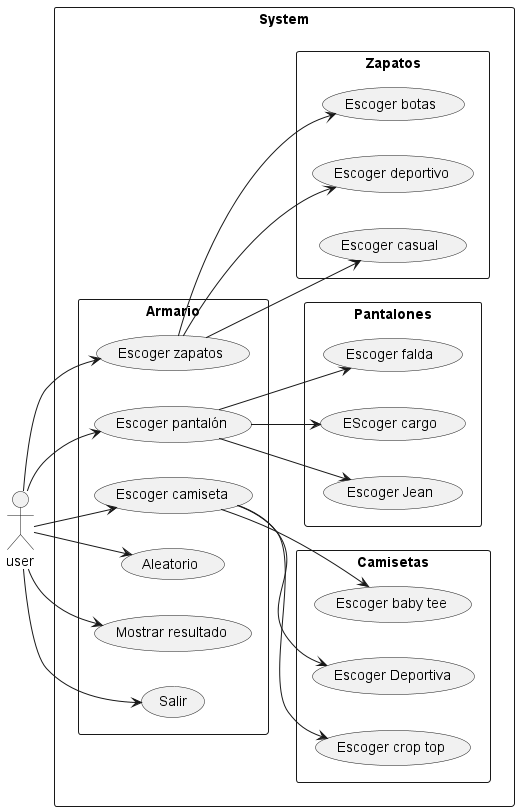
Earlier version of the PlantUML export out/diagramaCasosDeUso/diagramaCasosDeUso.png (lauraax/programaDiagnostico).
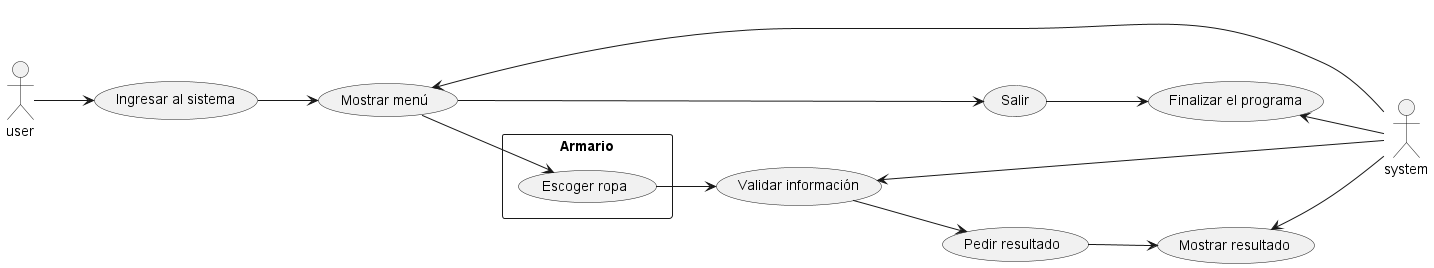
Later version of the same file.

Diff of the diagram source:
```diff
@@ -1,57 +1,46 @@
 @startuml
 
 left to right direction
+
 actor user as us
+actor system as sys
 
-rectangle System {
 
 rectangle Armario{
-    usecase "Escoger camiseta" as UC1
-    usecase "Escoger pantalón" as UC2
-    usecase "Escoger zapatos" as UC3
-    usecase "Aleatorio" as UC4
+    usecase "Escoger ropa" as UC2
+}
+
+    usecase "Ingresar al sistema" as UC1
+    usecase "Validar información" as UC4
     usecase "Mostrar resultado" as UC5
     usecase "Salir" as UC6
+    usecase "Mostrar menú" as UC7
+    usecase "Pedir resultado" as UC8
+    usecase "Finalizar el programa" as UC9
 
-}
-
-rectangle Camisetas{
-    usecase "Escoger baby tee" as UC1.1
-    usecase "Escoger Deportiva" as UC1.2
-    usecase "Escoger crop top" as UC1.3
-}
-
-rectangle Pantalones{
-    usecase "Escoger falda" as UC2.1
-    usecase "EScoger cargo" as UC2.2
-    usecase "Escoger Jean" as UC2.3
-}
-
-rectangle Zapatos{
-    usecase "Escoger botas" as UC3.1
-    usecase "Escoger deportivo" as UC3.2
-    usecase "Escoger casual" as UC3.3
-}
-
-}
 
 us --> UC1
-us --> UC2
-us --> UC3
-us --> UC4
-us --> UC5
-us --> UC6
 
-UC1 --> UC1.1
-UC1 --> UC1.2
-UC1 --> UC1.3
+UC1 --> UC7
+UC7 <-- sys
 
-UC2 --> UC2.1
-UC2 --> UC2.2
-UC2 --> UC2.3
+UC7 --> UC2
+UC7 --> UC6
 
-UC3 --> UC3.1
-UC3 --> UC3.2
-UC3 --> UC3.3
+UC6--> UC9
+UC9 <-- sys
+
+UC2 --> UC4
+
+
+UC4 <-- sys
+UC4 --> UC8
+
+UC8 --> UC5
+
+UC5 <-- sys
+
+
+
 
 @enduml
```
